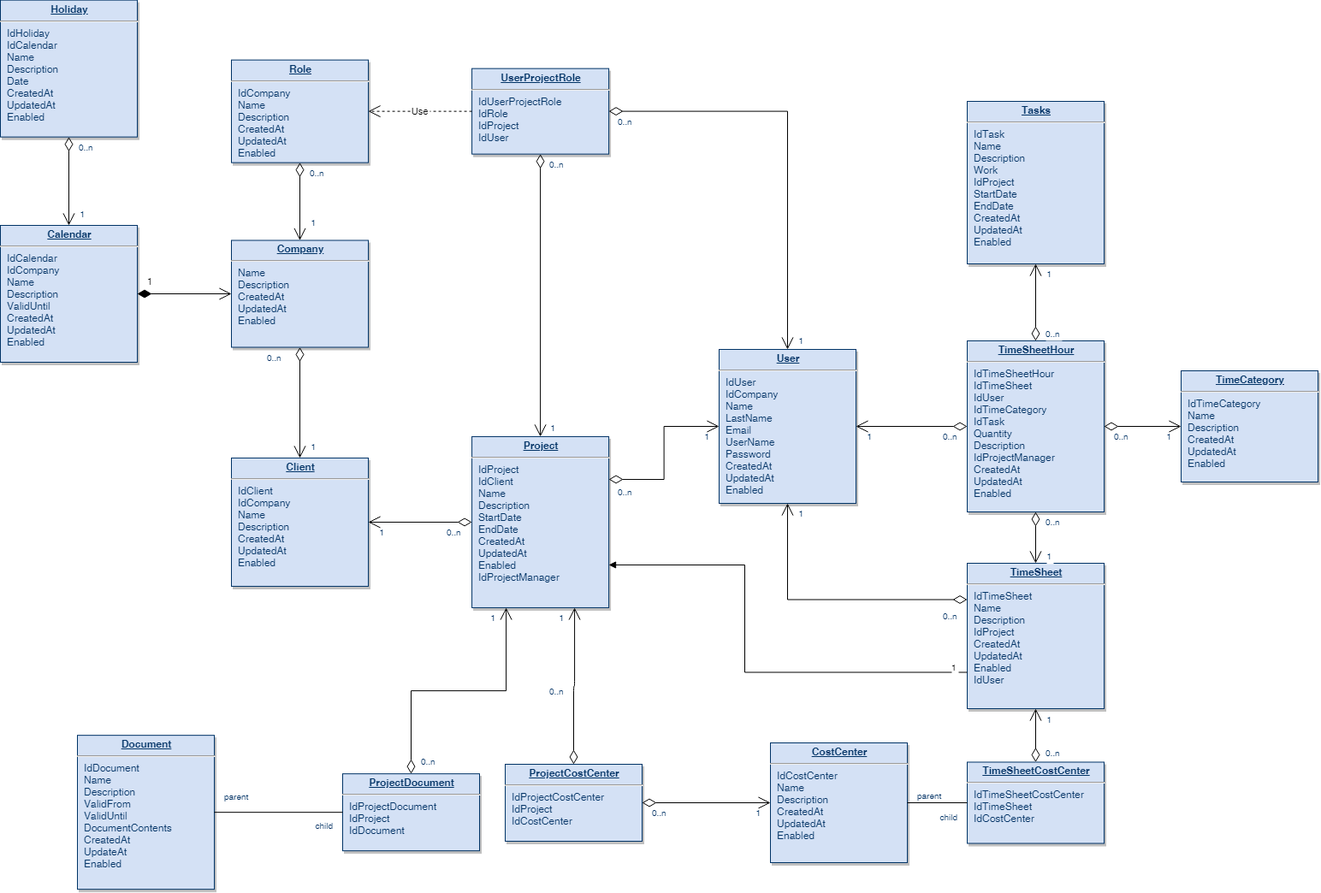
Above: Sistema_Isolamento.png in henriqlustosa/Sistema_Isolamento_Novo (draw.io), before the change. Source tidied: cells renumbered, new cells last; positions are measured from the earlier drawing's top-left corner, leaving out a move shared by most shapes.
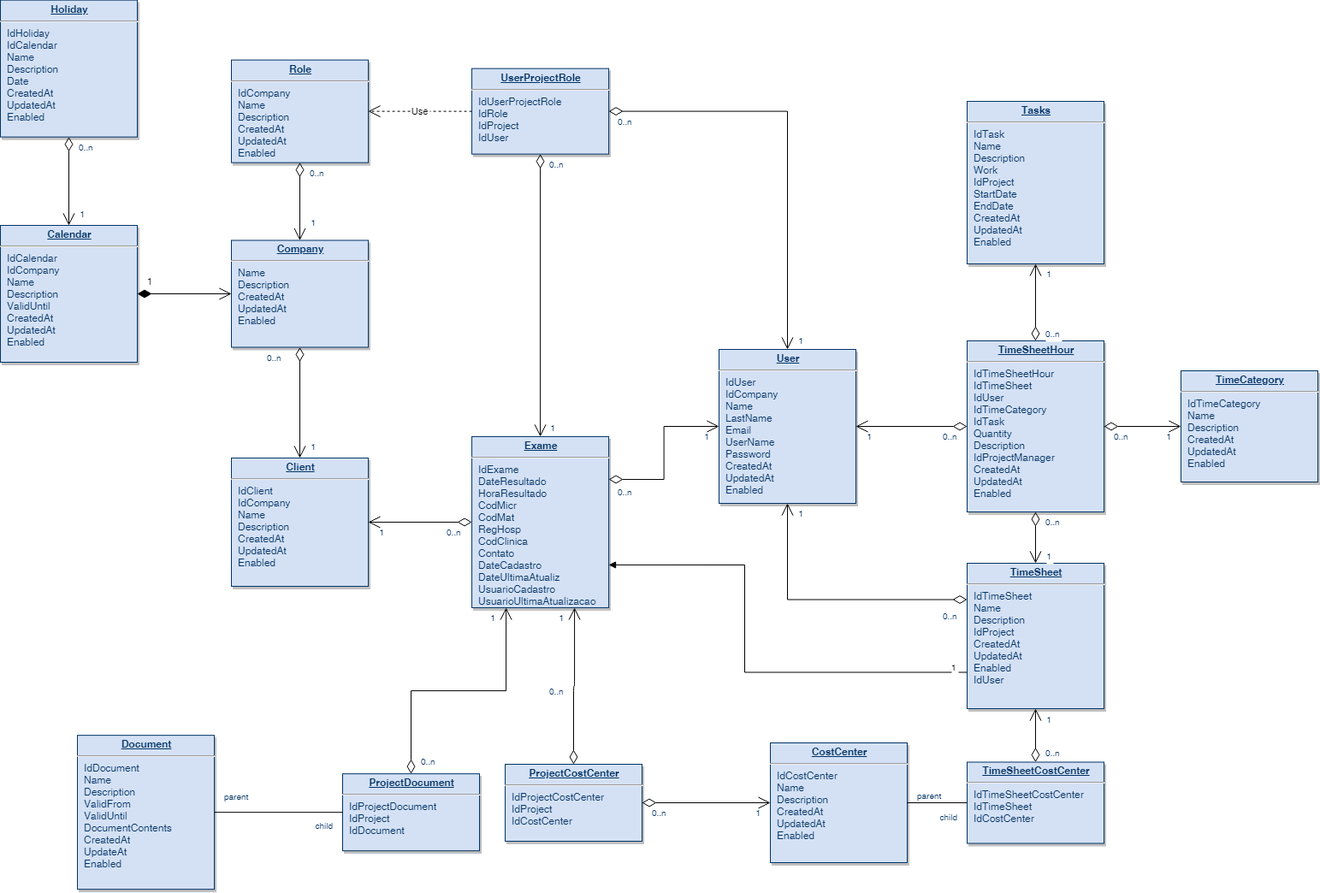
The same file after the commit.

Commit message:
Inicio com a Tabela Exame

What changed in the source:
```diff
@@ -32,7 +32,7 @@
     <mxCell id="11" value="&lt;p style=&quot;margin: 0px; margin-top: 4px; text-align: center; text-decoration: underline;&quot;&gt;&lt;strong&gt;Document&lt;/strong&gt;&lt;/p&gt;&lt;hr /&gt;&lt;p style=&quot;margin: 0px; margin-left: 8px;&quot;&gt;IdDocument&lt;/p&gt;&lt;p style=&quot;margin: 0px; margin-left: 8px;&quot;&gt;Name&lt;/p&gt;&lt;p style=&quot;margin: 0px; margin-left: 8px;&quot;&gt;Description&lt;/p&gt;&lt;p style=&quot;margin: 0px; margin-left: 8px;&quot;&gt;ValidFrom&lt;/p&gt;&lt;p style=&quot;margin: 0px; margin-left: 8px;&quot;&gt;ValidUntil&lt;/p&gt;&lt;p style=&quot;margin: 0px; margin-left: 8px;&quot;&gt;DocumentContents&lt;/p&gt;&lt;p style=&quot;margin: 0px; margin-left: 8px;&quot;&gt;CreatedAt&lt;/p&gt;&lt;p style=&quot;margin: 0px; margin-left: 8px;&quot;&gt;UpdateAt&lt;/p&gt;&lt;p style=&quot;margin: 0px; margin-left: 8px;&quot;&gt;Enabled&lt;/p&gt;" style="verticalAlign=top;align=left;overflow=fill;fontSize=12;fontFamily=Helvetica;html=1;strokeColor=#003366;shadow=1;fillColor=#D4E1F5;fontColor=#003366;" parent="1" vertex="1">
       <mxGeometry x="90" y="859.2" width="160" height="180" as="geometry" />
     </mxCell>
-    <mxCell id="12" value="&lt;p style=&quot;margin: 0px; margin-top: 4px; text-align: center; text-decoration: underline;&quot;&gt;&lt;strong&gt;Project&lt;/strong&gt;&lt;/p&gt;&lt;hr /&gt;&lt;p style=&quot;margin: 0px; margin-left: 8px;&quot;&gt;IdProject&lt;/p&gt;&lt;p style=&quot;margin: 0px; margin-left: 8px;&quot;&gt;IdClient&lt;/p&gt;&lt;p style=&quot;margin: 0px; margin-left: 8px;&quot;&gt;Name&lt;/p&gt;&lt;p style=&quot;margin: 0px; margin-left: 8px;&quot;&gt;Description&lt;/p&gt;&lt;p style=&quot;margin: 0px; margin-left: 8px;&quot;&gt;StartDate&lt;/p&gt;&lt;p style=&quot;margin: 0px; margin-left: 8px;&quot;&gt;EndDate&lt;/p&gt;&lt;p style=&quot;margin: 0px; margin-left: 8px;&quot;&gt;CreatedAt&lt;/p&gt;&lt;p style=&quot;margin: 0px; margin-left: 8px;&quot;&gt;UpdatedAt&lt;/p&gt;&lt;p style=&quot;margin: 0px; margin-left: 8px;&quot;&gt;Enabled&lt;br /&gt;IdProjectManager&lt;/p&gt;" style="verticalAlign=top;align=left;overflow=fill;fontSize=12;fontFamily=Helvetica;html=1;strokeColor=#003366;shadow=1;fillColor=#D4E1F5;fontColor=#003366;" parent="1" vertex="1">
+    <mxCell id="12" value="&lt;p style=&quot;margin: 0px ; margin-top: 4px ; text-align: center ; text-decoration: underline&quot;&gt;&lt;b&gt;Exame&lt;/b&gt;&lt;/p&gt;&lt;hr&gt;&lt;p style=&quot;margin: 0px ; margin-left: 8px&quot;&gt;IdExame&lt;/p&gt;&lt;p style=&quot;margin: 0px ; margin-left: 8px&quot;&gt;DateResultado&lt;/p&gt;&lt;p style=&quot;margin: 0px ; margin-left: 8px&quot;&gt;HoraResultado&lt;/p&gt;&lt;p style=&quot;margin: 0px ; margin-left: 8px&quot;&gt;CodMicr&lt;/p&gt;&lt;p style=&quot;margin: 0px ; margin-left: 8px&quot;&gt;CodMat&lt;/p&gt;&lt;p style=&quot;margin: 0px ; margin-left: 8px&quot;&gt;RegHosp&lt;/p&gt;&lt;p style=&quot;margin: 0px ; margin-left: 8px&quot;&gt;CodClinica&lt;/p&gt;&lt;p style=&quot;margin: 0px ; margin-left: 8px&quot;&gt;Contato&lt;/p&gt;&lt;p style=&quot;margin: 0px ; margin-left: 8px&quot;&gt;DateCadastro&lt;/p&gt;&lt;p style=&quot;margin: 0px ; margin-left: 8px&quot;&gt;DateUltimaAtualiz&lt;br&gt;UsuarioCadastro&lt;/p&gt;&lt;p style=&quot;margin: 0px ; margin-left: 8px&quot;&gt;UsuarioUltimaAtualizacao&lt;/p&gt;" style="verticalAlign=top;align=left;overflow=fill;fontSize=12;fontFamily=Helvetica;html=1;strokeColor=#003366;shadow=1;fillColor=#D4E1F5;fontColor=#003366;" parent="1" vertex="1">
       <mxGeometry x="551.1" y="510" width="160" height="200" as="geometry" />
     </mxCell>
     <mxCell id="13" value="&lt;p style=&quot;margin: 0px; margin-top: 4px; text-align: center; text-decoration: underline;&quot;&gt;&lt;strong&gt;TimeCategory&lt;/strong&gt;&lt;/p&gt;&lt;hr /&gt;&lt;p style=&quot;margin: 0px; margin-left: 8px;&quot;&gt;IdTimeCategory&lt;/p&gt;&lt;p style=&quot;margin: 0px; margin-left: 8px;&quot;&gt;Name&lt;/p&gt;&lt;p style=&quot;margin: 0px; margin-left: 8px;&quot;&gt;Description&lt;/p&gt;&lt;p style=&quot;margin: 0px; margin-left: 8px;&quot;&gt;CreatedAt&lt;/p&gt;&lt;p style=&quot;margin: 0px; margin-left: 8px;&quot;&gt;UpdatedAt&lt;/p&gt;&lt;p style=&quot;margin: 0px; margin-left: 8px;&quot;&gt;Enabled&lt;/p&gt;" style="verticalAlign=top;align=left;overflow=fill;fontSize=12;fontFamily=Helvetica;html=1;strokeColor=#003366;shadow=1;fillColor=#D4E1F5;fontColor=#003366;" parent="1" vertex="1">
```
